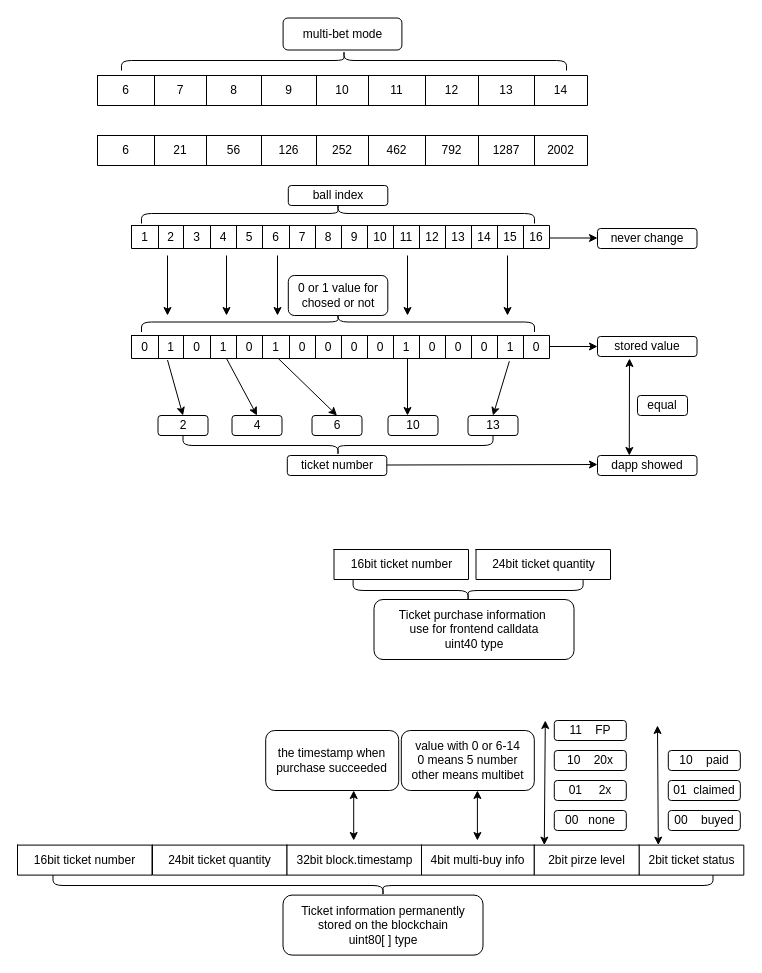
Above: src/doc/ticket.drawio in boboskii/backend (draw.io), before the change. Source tidied: cells renumbered, new cells numbered last; positions are measured from the earlier drawing's top-left corner, leaving out a move shared by most shapes. Both pictures are drawn from the tidied source at 100%, with x=0, y=0 at pixel (17, -163).
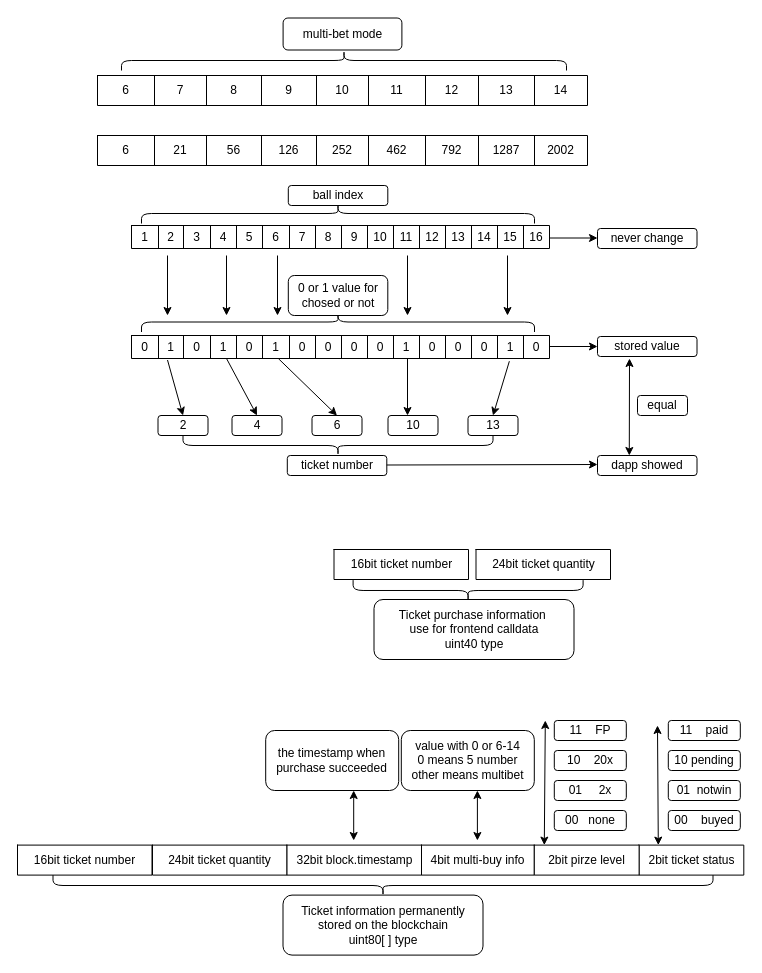
Above is the later version.

What changed in the source:
```diff
@@
-    <mxCell id="129" value="01&amp;nbsp; claimed" style="rounded=1;whiteSpace=wrap;html=1;" parent="1" vertex="1">
+    <mxCell id="129" value="01&amp;nbsp; notwin" style="rounded=1;whiteSpace=wrap;html=1;" parent="1" vertex="1">
       <mxGeometry x="650.8" y="943" width="72" height="20" as="geometry" />
     </mxCell>
-    <mxCell id="130" value="10&amp;nbsp; &amp;nbsp; paid" style="rounded=1;whiteSpace=wrap;html=1;" parent="1" vertex="1">
+    <mxCell id="130" value="10 pending" style="rounded=1;whiteSpace=wrap;html=1;" parent="1" vertex="1">
       <mxGeometry x="650.8" y="913" width="72" height="20" as="geometry" />
     </mxCell>
@@
+    <mxCell id="132" value="11&amp;nbsp; &amp;nbsp; paid" style="rounded=1;whiteSpace=wrap;html=1;" parent="1" vertex="1">
+      <mxGeometry x="650.8" y="883" width="72" height="20" as="geometry" />
+    </mxCell>
```
